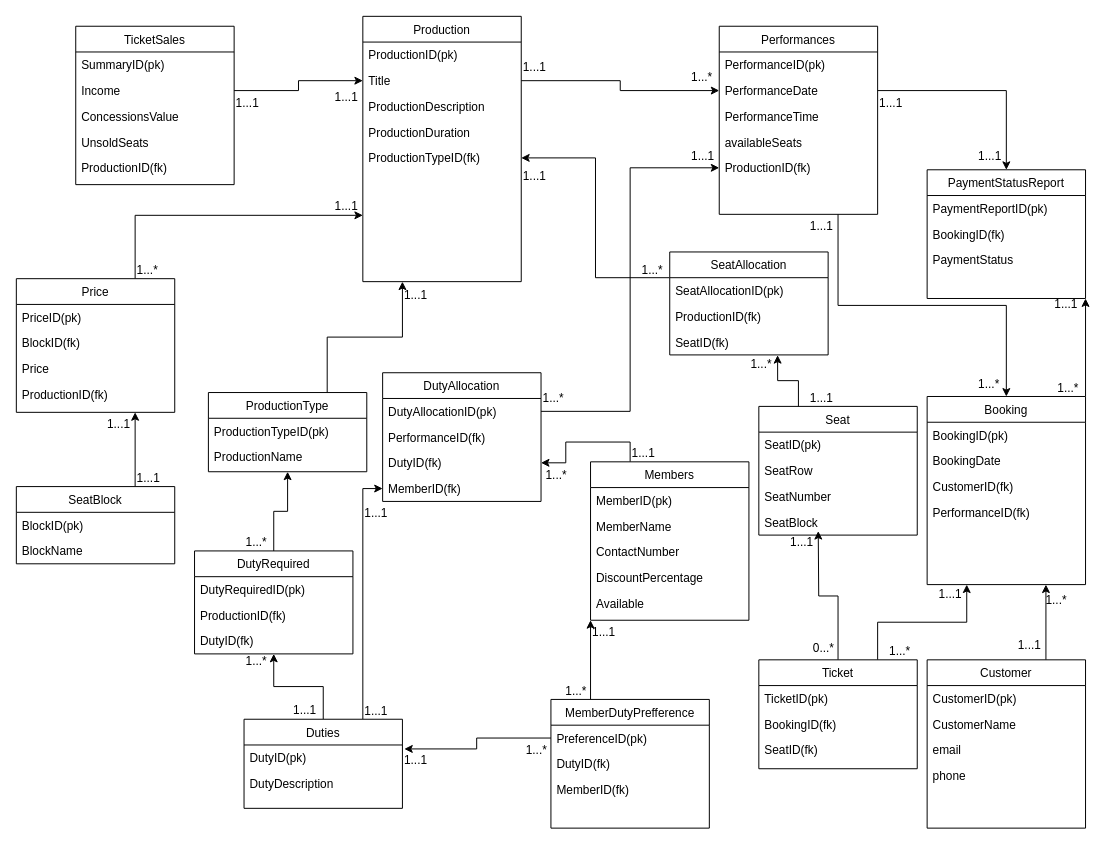
This is Untitled Diagram.drawio from iamheetp/ecomstore, a draw.io file, before an edit. Source tidied: cells renumbered, new cells numbered last; positions are measured from the earlier drawing's top-left corner, leaving out a move shared by most shapes. Both pictures are drawn from the tidied source at 99%, with x=0, y=0 at pixel (16, 16).
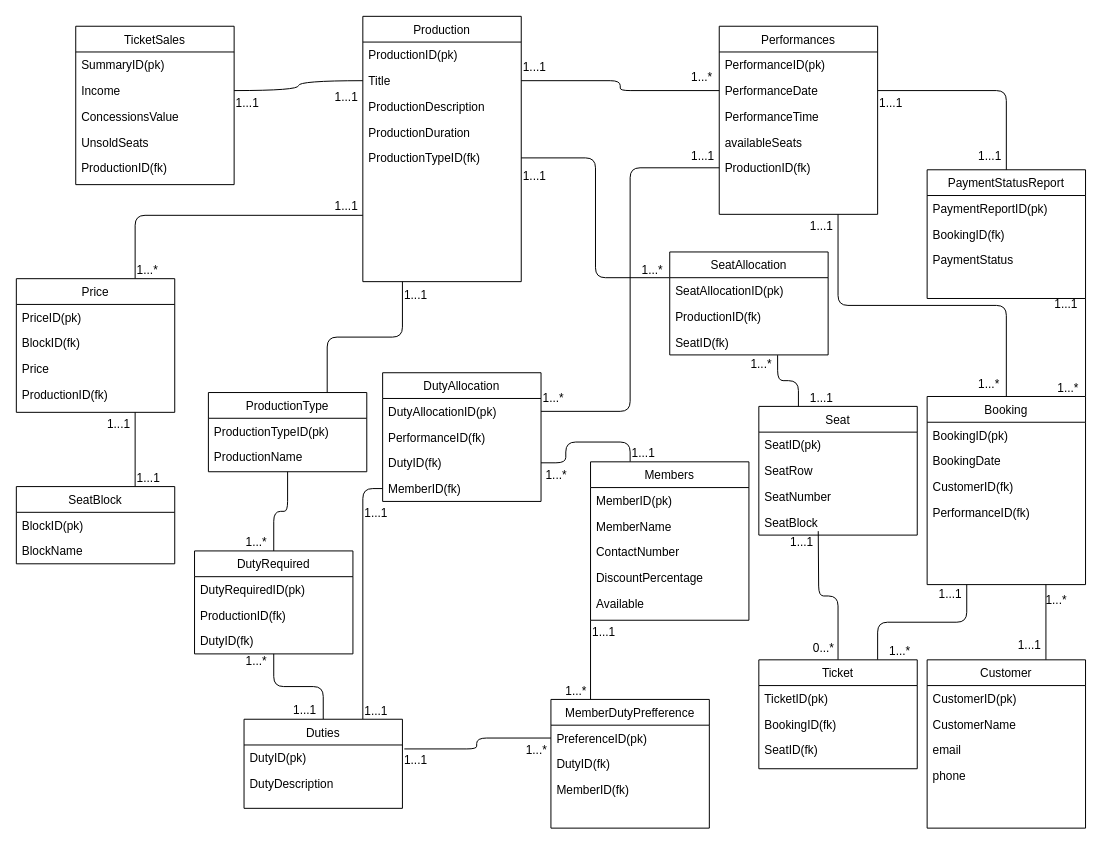
Above is the later version.

Unchanged cells that the change refers to:
```xml
<mxCell id="2" value="Seat" style="swimlane;fontStyle=0;align=center;verticalAlign=top;horizontal=1;startSize=26;rounded=0;shadow=0;strokeWidth=1;" parent="1" vertex="1">
<mxCell id="8" value="Booking" style="swimlane;fontStyle=0;align=center;verticalAlign=top;horizontal=1;startSize=26;rounded=0;shadow=0;strokeWidth=1;" parent="1" vertex="1">
<mxCell id="13" value="Production" style="swimlane;fontStyle=0;align=center;verticalAlign=top;horizontal=1;startSize=26;rounded=0;shadow=0;strokeWidth=1;" parent="1" vertex="1">
<mxCell id="15" value="Title" style="text;align=left;verticalAlign=top;spacingLeft=4;spacingRight=4;overflow=hidden;points=[[0,0.5],[1,0.5]];portConstraint=eastwest;rounded=0;shadow=0;html=0;" parent="13" vertex="1">
<mxCell id="18" value="ProductionTypeID(fk)" style="text;align=left;verticalAlign=top;spacingLeft=4;spacingRight=4;overflow=hidden;points=[[0,0.5],[1,0.5]];portConstraint=eastwest;rounded=0;shadow=0;html=0;" parent="13" vertex="1">
<mxCell id="20" value="Performances" style="swimlane;fontStyle=0;align=center;verticalAlign=top;horizontal=1;startSize=26;rounded=0;shadow=0;strokeWidth=1;" parent="1" vertex="1">
<mxCell id="22" value="PerformanceDate" style="text;align=left;verticalAlign=top;spacingLeft=4;spacingRight=4;overflow=hidden;points=[[0,0.5],[1,0.5]];portConstraint=eastwest;rounded=0;shadow=0;html=0;" parent="20" vertex="1">
<mxCell id="25" value="ProductionID(fk)" style="text;align=left;verticalAlign=top;spacingLeft=4;spacingRight=4;overflow=hidden;points=[[0,0.5],[1,0.5]];portConstraint=eastwest;rounded=0;shadow=0;html=0;" parent="20" vertex="1">
<mxCell id="33" value="Duties" style="swimlane;fontStyle=0;align=center;verticalAlign=top;horizontal=1;startSize=26;rounded=0;shadow=0;strokeWidth=1;" parent="1" vertex="1">
<mxCell id="34" value="DutyID(pk)" style="text;align=left;verticalAlign=top;spacingLeft=4;spacingRight=4;overflow=hidden;points=[[0,0.5],[1,0.5]];portConstraint=eastwest;" parent="33" vertex="1">
<mxCell id="38" value="Income" style="text;align=left;verticalAlign=top;spacingLeft=4;spacingRight=4;overflow=hidden;points=[[0,0.5],[1,0.5]];portConstraint=eastwest;rounded=0;shadow=0;html=0;" parent="36" vertex="1">
<mxCell id="45" value="DutyAllocationID(pk)" style="text;align=left;verticalAlign=top;spacingLeft=4;spacingRight=4;overflow=hidden;points=[[0,0.5],[1,0.5]];portConstraint=eastwest;" parent="44" vertex="1">
<mxCell id="47" value="DutyID(fk)" style="text;align=left;verticalAlign=top;spacingLeft=4;spacingRight=4;overflow=hidden;points=[[0,0.5],[1,0.5]];portConstraint=eastwest;rounded=0;shadow=0;html=0;" parent="44" vertex="1">
<mxCell id="48" value="MemberID(fk)" style="text;align=left;verticalAlign=top;spacingLeft=4;spacingRight=4;overflow=hidden;points=[[0,0.5],[1,0.5]];portConstraint=eastwest;rounded=0;shadow=0;html=0;" parent="44" vertex="1">
<mxCell id="55" value="Members" style="swimlane;fontStyle=0;align=center;verticalAlign=top;horizontal=1;startSize=26;rounded=0;shadow=0;strokeWidth=1;" parent="1" vertex="1">
<mxCell id="62" value="Customer" style="swimlane;fontStyle=0;align=center;verticalAlign=top;horizontal=1;startSize=26;rounded=0;shadow=0;strokeWidth=1;" parent="1" vertex="1">
<mxCell id="69" value="Ticket" style="swimlane;fontStyle=0;align=center;verticalAlign=top;horizontal=1;startSize=26;rounded=0;shadow=0;strokeWidth=1;" parent="1" vertex="1">
<mxCell id="77" value="DutyRequired" style="swimlane;fontStyle=0;align=center;verticalAlign=top;horizontal=1;startSize=26;rounded=0;shadow=0;strokeWidth=1;" parent="1" vertex="1">
<mxCell id="82" value="SeatAllocation" style="swimlane;fontStyle=0;align=center;verticalAlign=top;horizontal=1;startSize=26;rounded=0;shadow=0;strokeWidth=1;" parent="1" vertex="1">
<mxCell id="85" value="SeatID(fk)" style="text;align=left;verticalAlign=top;spacingLeft=4;spacingRight=4;overflow=hidden;points=[[0,0.5],[1,0.5]];portConstraint=eastwest;" parent="82" vertex="1">
<mxCell id="89" value="PaymentStatusReport" style="swimlane;fontStyle=0;align=center;verticalAlign=top;horizontal=1;startSize=26;rounded=0;shadow=0;strokeWidth=1;" parent="1" vertex="1">
<mxCell id="109" value="Price" style="swimlane;fontStyle=0;align=center;verticalAlign=top;horizontal=1;startSize=26;rounded=0;shadow=0;strokeWidth=1;" parent="1" vertex="1">
<mxCell id="115" value="SeatBlock" style="swimlane;fontStyle=0;align=center;verticalAlign=top;horizontal=1;startSize=26;rounded=0;shadow=0;strokeWidth=1;" parent="1" vertex="1">
<mxCell id="122" value="ProductionType" style="swimlane;fontStyle=0;align=center;verticalAlign=top;horizontal=1;startSize=26;rounded=0;shadow=0;strokeWidth=1;" parent="1" vertex="1">
<mxCell id="130" value="MemberDutyPrefference" style="swimlane;fontStyle=0;align=center;verticalAlign=top;horizontal=1;startSize=26;rounded=0;shadow=0;strokeWidth=1;" parent="1" vertex="1">
<mxCell id="131" value="PreferenceID(pk)" style="text;align=left;verticalAlign=top;spacingLeft=4;spacingRight=4;overflow=hidden;points=[[0,0.5],[1,0.5]];portConstraint=eastwest;" parent="130" vertex="1">
```

What changed in the source:
```diff
@@
-    <mxCell id="7" style="edgeStyle=orthogonalEdgeStyle;rounded=0;jettySize=auto;html=1;exitX=1;exitY=0;exitDx=0;exitDy=0;entryX=1;entryY=1;entryDx=0;entryDy=0;" parent="1" edge="1" source="8" target="89">
+    <mxCell id="7" style="edgeStyle=orthogonalEdgeStyle;rounded=1;jettySize=auto;html=1;exitX=1;exitY=0;exitDx=0;exitDy=0;entryX=1;entryY=1;entryDx=0;entryDy=0;curved=0;endArrow=none;endFill=0;" parent="1" edge="1" source="8" target="89">
       <mxGeometry relative="1" as="geometry" />
     </mxCell>
@@
-    <mxCell id="19" style="edgeStyle=orthogonalEdgeStyle;rounded=0;jettySize=auto;html=1;exitX=0.75;exitY=1;exitDx=0;exitDy=0;entryX=0.5;entryY=0;entryDx=0;entryDy=0;" parent="1" edge="1" source="20" target="8">
+    <mxCell id="19" style="edgeStyle=orthogonalEdgeStyle;rounded=1;jettySize=auto;html=1;exitX=0.75;exitY=1;exitDx=0;exitDy=0;entryX=0.5;entryY=0;entryDx=0;entryDy=0;curved=0;endArrow=none;endFill=0;" parent="1" edge="1" source="20" target="8">
       <mxGeometry relative="1" as="geometry" />
     </mxCell>
@@
-    <mxCell id="26" style="edgeStyle=orthogonalEdgeStyle;rounded=0;jettySize=auto;html=1;exitX=1;exitY=0.5;exitDx=0;exitDy=0;entryX=0;entryY=0.5;entryDx=0;entryDy=0;" parent="1" edge="1" source="15" target="22">
+    <mxCell id="26" style="edgeStyle=orthogonalEdgeStyle;rounded=1;jettySize=auto;html=1;exitX=1;exitY=0.5;exitDx=0;exitDy=0;entryX=0;entryY=0.5;entryDx=0;entryDy=0;curved=0;shadow=0;endArrow=none;endFill=0;" parent="1" edge="1" source="15" target="22">
       <mxGeometry relative="1" as="geometry" />
     </mxCell>
@@
-    <mxCell id="31" style="edgeStyle=orthogonalEdgeStyle;rounded=0;jettySize=auto;html=1;exitX=0.5;exitY=0;exitDx=0;exitDy=0;entryX=0.5;entryY=1;entryDx=0;entryDy=0;" parent="1" edge="1" source="33" target="77">
+    <mxCell id="31" style="edgeStyle=orthogonalEdgeStyle;rounded=1;jettySize=auto;html=1;exitX=0.5;exitY=0;exitDx=0;exitDy=0;entryX=0.5;entryY=1;entryDx=0;entryDy=0;curved=0;endArrow=none;endFill=0;" parent="1" edge="1" source="33" target="77">
       <mxGeometry relative="1" as="geometry" />
     </mxCell>
-    <mxCell id="32" style="edgeStyle=orthogonalEdgeStyle;rounded=0;jettySize=auto;html=1;exitX=0.75;exitY=0;exitDx=0;exitDy=0;" parent="1" edge="1" source="33" target="48">
+    <mxCell id="32" style="edgeStyle=orthogonalEdgeStyle;rounded=1;jettySize=auto;html=1;exitX=0.75;exitY=0;exitDx=0;exitDy=0;curved=0;endArrow=none;endFill=0;" parent="1" edge="1" source="33" target="48">
       <mxGeometry relative="1" as="geometry" />
     </mxCell>
@@
-    <mxCell id="54" style="edgeStyle=orthogonalEdgeStyle;rounded=0;jettySize=auto;html=1;exitX=0.25;exitY=0;exitDx=0;exitDy=0;entryX=1;entryY=0.5;entryDx=0;entryDy=0;" parent="1" edge="1" source="55" target="47">
+    <mxCell id="54" style="edgeStyle=orthogonalEdgeStyle;rounded=1;jettySize=auto;html=1;exitX=0.25;exitY=0;exitDx=0;exitDy=0;entryX=1;entryY=0.5;entryDx=0;entryDy=0;curved=0;endArrow=none;endFill=0;" parent="1" edge="1" source="55" target="47">
       <mxGeometry relative="1" as="geometry" />
     </mxCell>
@@
-    <mxCell id="61" style="edgeStyle=orthogonalEdgeStyle;rounded=0;jettySize=auto;html=1;exitX=0.75;exitY=0;exitDx=0;exitDy=0;entryX=0.75;entryY=1;entryDx=0;entryDy=0;" parent="1" edge="1" source="62" target="8">
+    <mxCell id="61" style="edgeStyle=orthogonalEdgeStyle;rounded=0;jettySize=auto;html=1;exitX=0.75;exitY=0;exitDx=0;exitDy=0;entryX=0.75;entryY=1;entryDx=0;entryDy=0;endArrow=none;endFill=0;" parent="1" edge="1" source="62" target="8">
       <mxGeometry relative="1" as="geometry" />
     </mxCell>
@@
-    <mxCell id="67" style="edgeStyle=orthogonalEdgeStyle;rounded=0;jettySize=auto;html=1;exitX=0.5;exitY=0;exitDx=0;exitDy=0;" parent="1" edge="1" source="69">
+    <mxCell id="67" style="edgeStyle=orthogonalEdgeStyle;rounded=1;jettySize=auto;html=1;exitX=0.5;exitY=0;exitDx=0;exitDy=0;curved=0;endArrow=none;endFill=0;" parent="1" edge="1" source="69">
       <mxGeometry relative="1" as="geometry">
         <mxPoint x="810" y="520" as="targetPoint" />
       </mxGeometry>
     </mxCell>
-    <mxCell id="68" style="edgeStyle=orthogonalEdgeStyle;rounded=0;jettySize=auto;html=1;exitX=0.75;exitY=0;exitDx=0;exitDy=0;entryX=0.25;entryY=1;entryDx=0;entryDy=0;" parent="1" edge="1" source="69" target="8">
+    <mxCell id="68" style="edgeStyle=orthogonalEdgeStyle;rounded=1;jettySize=auto;html=1;exitX=0.75;exitY=0;exitDx=0;exitDy=0;entryX=0.25;entryY=1;entryDx=0;entryDy=0;curved=0;endArrow=none;endFill=0;" parent="1" edge="1" source="69" target="8">
       <mxGeometry relative="1" as="geometry" />
     </mxCell>
@@
-    <mxCell id="76" style="edgeStyle=orthogonalEdgeStyle;rounded=0;jettySize=auto;html=1;exitX=0.5;exitY=0;exitDx=0;exitDy=0;" parent="1" edge="1" source="77" target="122">
-      <mxGeometry relative="1" as="geometry" />
+    <mxCell id="76" style="edgeStyle=orthogonalEdgeStyle;rounded=1;jettySize=auto;html=1;exitX=0.5;exitY=0;exitDx=0;exitDy=0;curved=0;endArrow=none;endFill=0;" parent="1" edge="1" source="77" target="122">
+      <mxGeometry relative="1" as="geometry">
+        <Array as="points">
+          <mxPoint x="260" y="500" />
+          <mxPoint x="274" y="500" />
+        </Array>
+      </mxGeometry>
     </mxCell>
@@
-    <mxCell id="81" style="edgeStyle=orthogonalEdgeStyle;rounded=0;jettySize=auto;html=1;exitX=0;exitY=0.25;exitDx=0;exitDy=0;entryX=1;entryY=0.5;entryDx=0;entryDy=0;" parent="1" edge="1" source="82" target="18">
+    <mxCell id="81" style="edgeStyle=orthogonalEdgeStyle;rounded=1;jettySize=auto;html=1;exitX=0;exitY=0.25;exitDx=0;exitDy=0;entryX=1;entryY=0.5;entryDx=0;entryDy=0;endArrow=none;endFill=0;curved=0;" parent="1" edge="1" source="82" target="18">
       <mxGeometry relative="1" as="geometry" />
     </mxCell>
@@
-    <mxCell id="88" style="edgeStyle=orthogonalEdgeStyle;rounded=0;jettySize=auto;html=1;exitX=1;exitY=0.5;exitDx=0;exitDy=0;entryX=0;entryY=0.5;entryDx=0;entryDy=0;" parent="1" edge="1" source="38" target="15">
-      <mxGeometry relative="1" as="geometry" />
-    </mxCell>
@@
-    <mxCell id="93" style="edgeStyle=orthogonalEdgeStyle;rounded=0;jettySize=auto;html=1;exitX=1;exitY=0.5;exitDx=0;exitDy=0;" parent="1" edge="1" source="22" target="89">
+    <mxCell id="93" style="edgeStyle=orthogonalEdgeStyle;rounded=1;jettySize=auto;html=1;exitX=1;exitY=0.5;exitDx=0;exitDy=0;curved=0;endArrow=none;endFill=0;" parent="1" edge="1" source="22" target="89">
       <mxGeometry relative="1" as="geometry" />
     </mxCell>
@@
-    <mxCell id="108" style="edgeStyle=orthogonalEdgeStyle;rounded=0;jettySize=auto;html=1;exitX=0.75;exitY=0;exitDx=0;exitDy=0;entryX=0;entryY=0.75;entryDx=0;entryDy=0;" parent="1" edge="1" source="109" target="13">
+    <mxCell id="108" style="edgeStyle=orthogonalEdgeStyle;rounded=1;jettySize=auto;html=1;exitX=0.75;exitY=0;exitDx=0;exitDy=0;entryX=0;entryY=0.75;entryDx=0;entryDy=0;curved=0;endArrow=none;endFill=0;" parent="1" edge="1" source="109" target="13">
       <mxGeometry relative="1" as="geometry" />
     </mxCell>
@@
-    <mxCell id="114" style="edgeStyle=orthogonalEdgeStyle;rounded=0;jettySize=auto;html=1;exitX=0.75;exitY=0;exitDx=0;exitDy=0;entryX=0.75;entryY=1;entryDx=0;entryDy=0;" parent="1" edge="1" source="115" target="109">
+    <mxCell id="114" style="edgeStyle=orthogonalEdgeStyle;rounded=1;jettySize=auto;html=1;exitX=0.75;exitY=0;exitDx=0;exitDy=0;entryX=0.75;entryY=1;entryDx=0;entryDy=0;curved=0;endArrow=none;endFill=0;" parent="1" edge="1" source="115" target="109">
       <mxGeometry relative="1" as="geometry" />
     </mxCell>
@@
-    <mxCell id="121" style="edgeStyle=orthogonalEdgeStyle;rounded=0;jettySize=auto;html=1;exitX=0.75;exitY=0;exitDx=0;exitDy=0;entryX=0.25;entryY=1;entryDx=0;entryDy=0;" parent="1" edge="1" source="122" target="13">
+    <mxCell id="121" style="edgeStyle=orthogonalEdgeStyle;rounded=1;jettySize=auto;html=1;exitX=0.75;exitY=0;exitDx=0;exitDy=0;entryX=0.25;entryY=1;entryDx=0;entryDy=0;curved=0;endArrow=none;endFill=0;" parent="1" edge="1" source="122" target="13">
       <mxGeometry relative="1" as="geometry" />
     </mxCell>
@@
-    <mxCell id="127" style="edgeStyle=orthogonalEdgeStyle;rounded=0;jettySize=auto;html=1;exitX=0.25;exitY=0;exitDx=0;exitDy=0;entryX=0.681;entryY=1.011;entryDx=0;entryDy=0;entryPerimeter=0;" parent="1" edge="1" source="2" target="85">
+    <mxCell id="127" style="edgeStyle=orthogonalEdgeStyle;rounded=1;jettySize=auto;html=1;exitX=0.25;exitY=0;exitDx=0;exitDy=0;entryX=0.681;entryY=1.011;entryDx=0;entryDy=0;entryPerimeter=0;curved=0;endArrow=none;endFill=0;" parent="1" edge="1" source="2" target="85">
       <mxGeometry relative="1" as="geometry" />
     </mxCell>
-    <mxCell id="128" style="edgeStyle=orthogonalEdgeStyle;rounded=0;jettySize=auto;html=1;exitX=1;exitY=0.5;exitDx=0;exitDy=0;entryX=0;entryY=0.5;entryDx=0;entryDy=0;" parent="1" edge="1" source="45" target="25">
+    <mxCell id="128" style="edgeStyle=orthogonalEdgeStyle;rounded=1;jettySize=auto;html=1;exitX=1;exitY=0.5;exitDx=0;exitDy=0;entryX=0;entryY=0.5;entryDx=0;entryDy=0;curved=0;endArrow=none;endFill=0;" parent="1" edge="1" source="45" target="25">
       <mxGeometry relative="1" as="geometry" />
     </mxCell>
-    <mxCell id="129" style="edgeStyle=orthogonalEdgeStyle;rounded=0;jettySize=auto;html=1;exitX=0.25;exitY=0;exitDx=0;exitDy=0;entryX=0;entryY=1;entryDx=0;entryDy=0;" parent="1" edge="1" source="130" target="55">
+    <mxCell id="129" style="edgeStyle=orthogonalEdgeStyle;rounded=1;jettySize=auto;html=1;exitX=0.25;exitY=0;exitDx=0;exitDy=0;entryX=0;entryY=1;entryDx=0;entryDy=0;curved=0;endArrow=none;endFill=0;" parent="1" edge="1" source="130" target="55">
       <mxGeometry relative="1" as="geometry" />
     </mxCell>
@@
-    <mxCell id="134" style="edgeStyle=orthogonalEdgeStyle;rounded=0;jettySize=auto;html=1;exitX=0;exitY=0.5;exitDx=0;exitDy=0;entryX=1.012;entryY=0.154;entryDx=0;entryDy=0;entryPerimeter=0;" parent="1" edge="1" source="131" target="34">
+    <mxCell id="134" style="edgeStyle=orthogonalEdgeStyle;rounded=1;jettySize=auto;html=1;exitX=0;exitY=0.5;exitDx=0;exitDy=0;entryX=1.012;entryY=0.154;entryDx=0;entryDy=0;entryPerimeter=0;curved=0;endArrow=none;endFill=0;" parent="1" edge="1" source="131" target="34">
       <mxGeometry relative="1" as="geometry" />
     </mxCell>
@@
+    <mxCell id="88" style="endArrow=none;html=1;rounded=0;exitX=1;exitY=0.5;exitDx=0;exitDy=0;entryX=0;entryY=0.5;entryDx=0;entryDy=0;edgeStyle=orthogonalEdgeStyle;curved=1;" parent="1" edge="1" source="38" target="15">
+      <mxGeometry relative="1" as="geometry" />
+    </mxCell>
```
